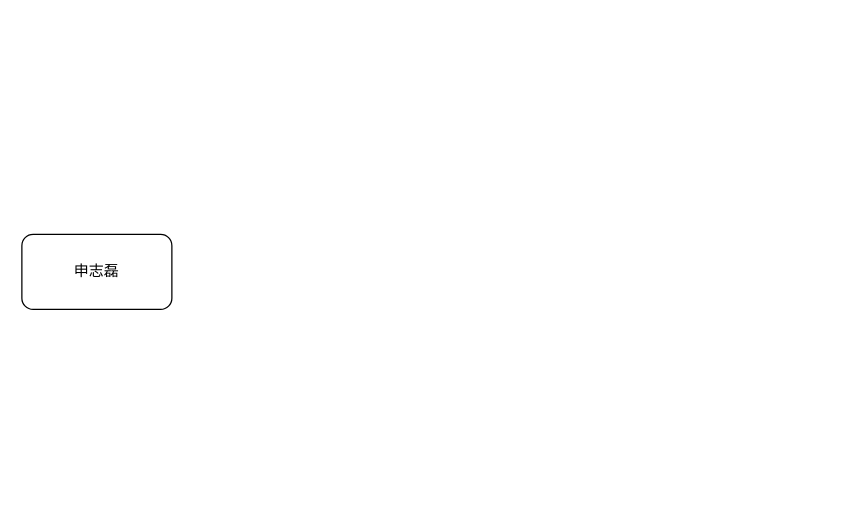
Earlier version of the draw.io diagram 未命名绘图.drawio (szl2020/2024). Source tidied: cells renumbered, new cells numbered last; positions are measured from the earlier drawing's top-left corner, leaving out a move shared by most shapes. Both pictures are drawn from the tidied source at 125%, with x=0, y=0 at pixel (21, 234).
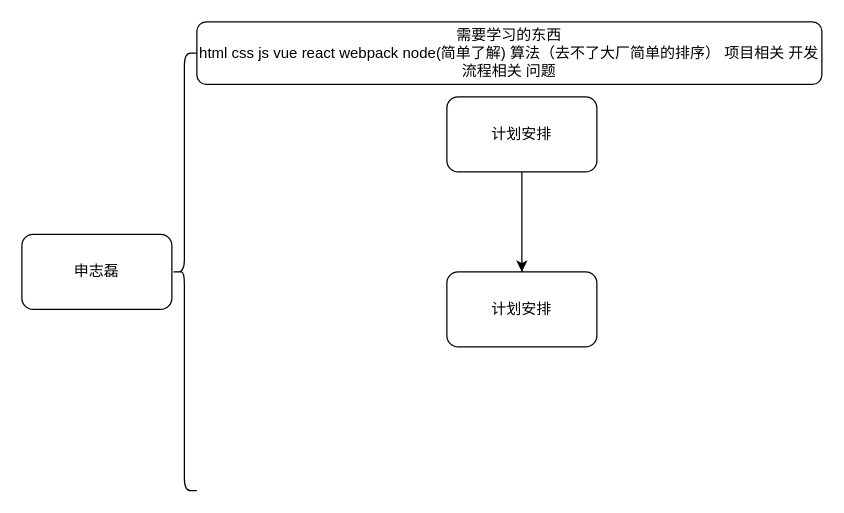
The same page after the edit.

Commit message:
更新未命名绘图.drawio

The edit, as a diff of the source:
```diff
@@
 <mxGraphModel>
   <root>
     <mxCell id="0" />
     <mxCell id="1" parent="0" />
     <mxCell id="2" value="申志磊" style="rounded=1;whiteSpace=wrap;html=1;" parent="1" vertex="1">
       <mxGeometry width="120" height="60" as="geometry" />
     </mxCell>
+    <mxCell id="3" style="shape=curlyBracket;whiteSpace=wrap;html=1;rounded=1;labelPosition=left;verticalLabelPosition=middle;align=right;verticalAlign=middle;" parent="1" vertex="1">
+      <mxGeometry x="120" y="-145" width="20" height="350" as="geometry" />
+    </mxCell>
+    <mxCell id="4" value="需要学习的东西&lt;div&gt;html css js vue react webpack node(简单了解) 算法（去不了大厂简单的排序） 项目相关 开发流程相关 问题&lt;/div&gt;" style="rounded=1;whiteSpace=wrap;html=1;" parent="1" vertex="1">
+      <mxGeometry x="140" y="-170" width="500" height="50" as="geometry" />
+    </mxCell>
+    <mxCell id="5" value="计划安排" style="rounded=1;whiteSpace=wrap;html=1;" parent="1" vertex="1">
+      <mxGeometry x="340" y="-110" width="120" height="60" as="geometry" />
+    </mxCell>
+    <mxCell id="6" style="endArrow=classic;html=1;rounded=0;exitX=0.5;exitY=0;exitDx=0;exitDy=0;entryX=0.5;entryY=0;entryDx=0;entryDy=0;" parent="1" edge="1" source="7" target="7">
+      <mxGeometry relative="1" as="geometry">
+        <Array as="points">
+          <mxPoint x="400" y="-50" />
+        </Array>
+      </mxGeometry>
+    </mxCell>
+    <mxCell id="7" value="计划安排" style="rounded=1;whiteSpace=wrap;html=1;" parent="1" vertex="1">
+      <mxGeometry x="340" y="30" width="120" height="60" as="geometry" />
+    </mxCell>
   </root>
 </mxGraphModel>
```
